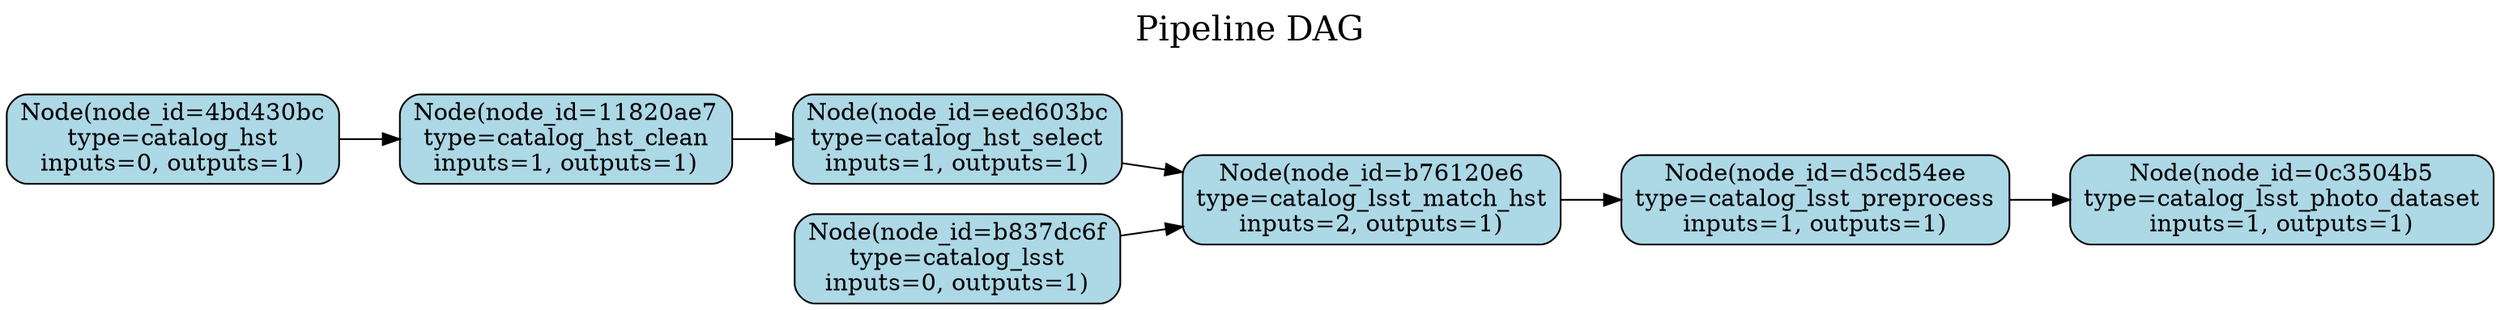
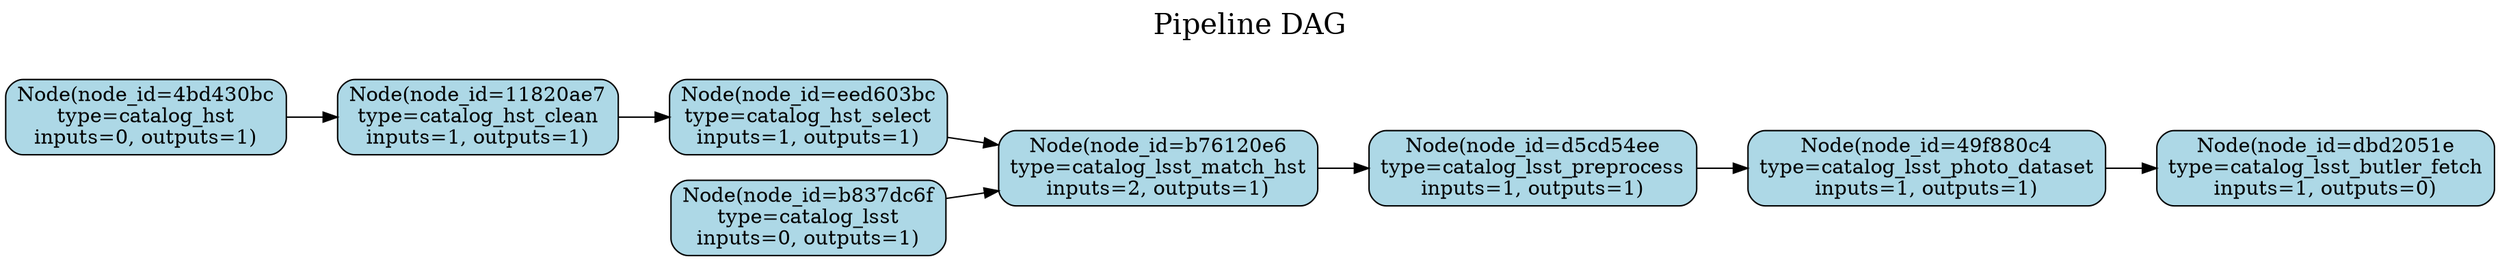
// Pipeline DAG
digraph {
	fontsize=20 label="Pipeline DAG
 " labelloc=t
	rankdir=LR
	node [fillcolor=lightblue shape=box style="filled,rounded"]
	"4bd430bc" [label="Node(node_id=4bd430bc
type=catalog_hst
inputs=0, outputs=1)"]
	"11820ae7" [label="Node(node_id=11820ae7
type=catalog_hst_clean
inputs=1, outputs=1)"]
	eed603bc [label="Node(node_id=eed603bc
type=catalog_hst_select
inputs=1, outputs=1)"]
	b837dc6f [label="Node(node_id=b837dc6f
type=catalog_lsst
inputs=0, outputs=1)"]
	b76120e6 [label="Node(node_id=b76120e6
type=catalog_lsst_match_hst
inputs=2, outputs=1)"]
	d5cd54ee [label="Node(node_id=d5cd54ee
type=catalog_lsst_preprocess
inputs=1, outputs=1)"]
- 	"0c3504b5" [label="Node(node_id=0c3504b5
+ 	"49f880c4" [label="Node(node_id=49f880c4
type=catalog_lsst_photo_dataset
inputs=1, outputs=1)"]
+ 	dbd2051e [label="Node(node_id=dbd2051e
+ type=catalog_lsst_butler_fetch
+ inputs=1, outputs=0)"]
	"4bd430bc" -> "11820ae7"
	"11820ae7" -> eed603bc
	b837dc6f -> b76120e6
	eed603bc -> b76120e6
	b76120e6 -> d5cd54ee
- 	d5cd54ee -> "0c3504b5"
+ 	d5cd54ee -> "49f880c4"
+ 	"49f880c4" -> dbd2051e
}
